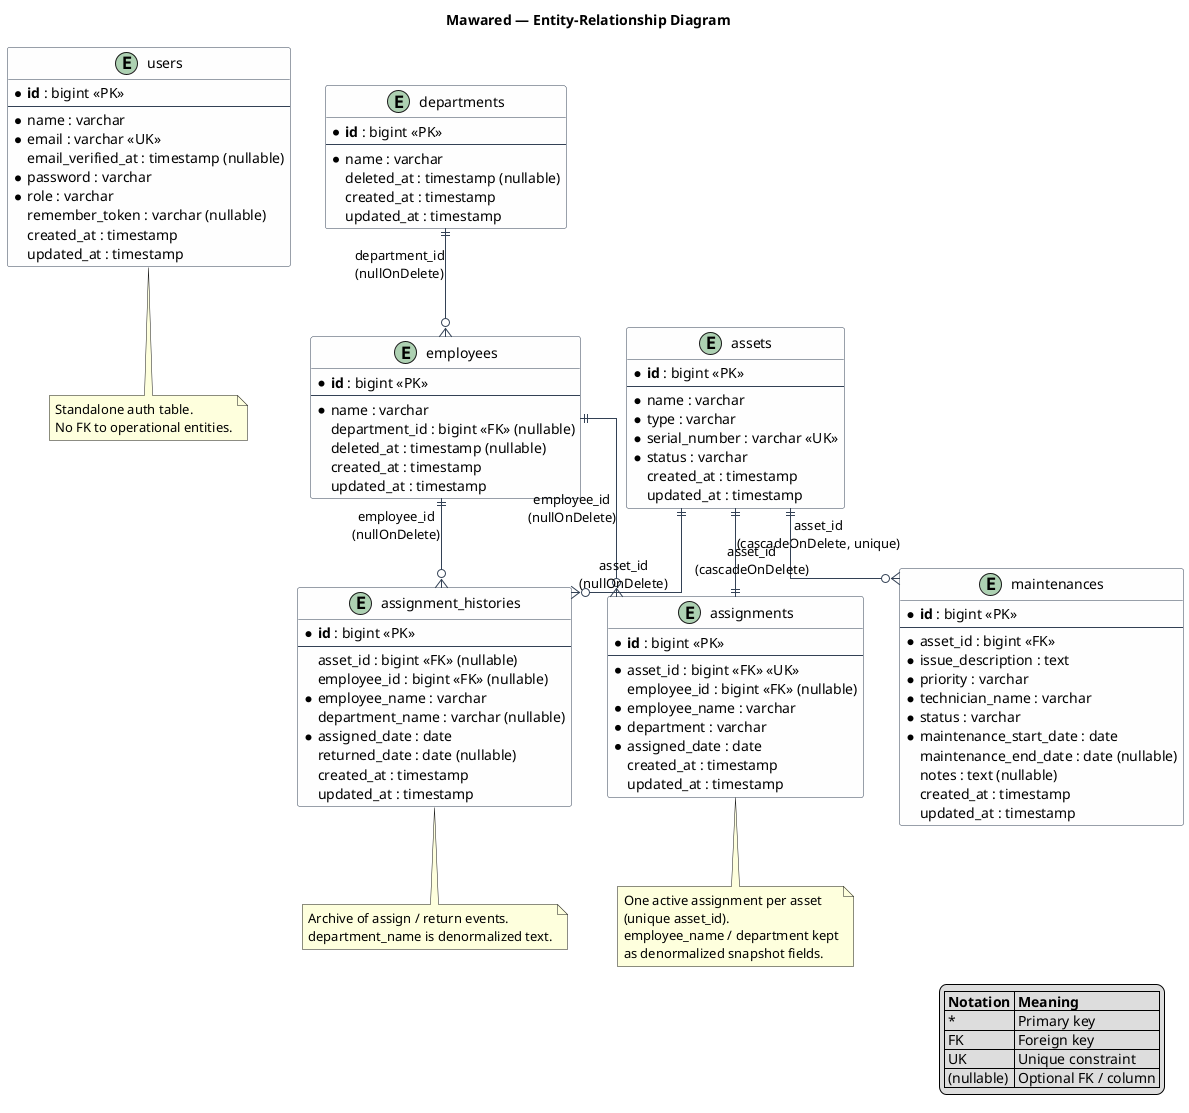
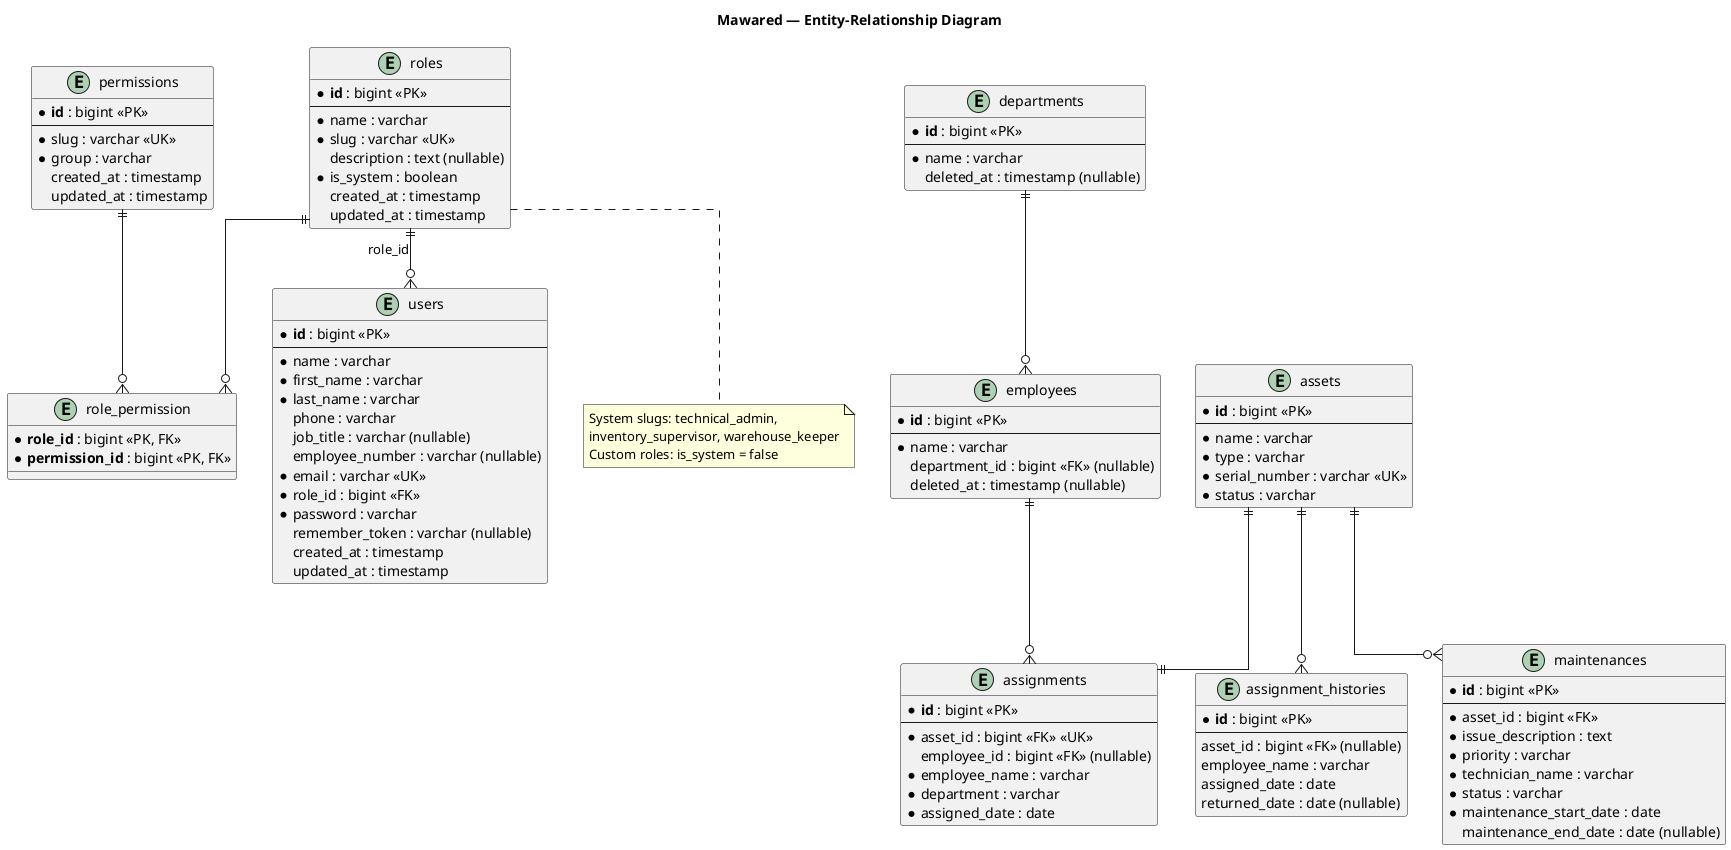
@startuml mawared-erd
- ' MTNIMA — Mawared Entity-Relationship Diagram
- ' Render: PlantUML / VS Code PlantUML extension / plantuml.com
+ ' MTNIMA — Mawared ERD (Dynamic RBAC)

skinparam linetype ortho
skinparam shadowing false
- skinparam defaultFontName Arial
- skinparam class {
-   BackgroundColor #FEFEFE
-   BorderColor #334155
-   ArrowColor #334155
- }

title Mawared — Entity-Relationship Diagram

- legend right
-   |= Notation |= Meaning |
-   | * | Primary key |
-   | FK | Foreign key |
-   | UK | Unique constraint |
-   | (nullable) | Optional FK / column |
- endlegend
+ entity "roles" as roles {
+   * **id** : bigint <<PK>>
+   --
+   * name : varchar
+   * slug : varchar <<UK>>
+   description : text (nullable)
+   * is_system : boolean
+   created_at : timestamp
+   updated_at : timestamp
+ }
+ 
+ entity "permissions" as permissions {
+   * **id** : bigint <<PK>>
+   --
+   * slug : varchar <<UK>>
+   * group : varchar
+   created_at : timestamp
+   updated_at : timestamp
+ }
+ 
+ entity "role_permission" as role_permission {
+   * **role_id** : bigint <<PK, FK>>
+   * **permission_id** : bigint <<PK, FK>>
+ }

entity "users" as users {
  * **id** : bigint <<PK>>
  --
  * name : varchar
+   * first_name : varchar
+   * last_name : varchar
+   phone : varchar
+   job_title : varchar (nullable)
+   employee_number : varchar (nullable)
  * email : varchar <<UK>>
-   email_verified_at : timestamp (nullable)
+   * role_id : bigint <<FK>>
  * password : varchar
-   * role : varchar
  remember_token : varchar (nullable)
  created_at : timestamp
  updated_at : timestamp
}

entity "departments" as departments {
  * **id** : bigint <<PK>>
  --
  * name : varchar
  deleted_at : timestamp (nullable)
-   created_at : timestamp
-   updated_at : timestamp
}

entity "employees" as employees {
  * **id** : bigint <<PK>>
  --
  * name : varchar
  department_id : bigint <<FK>> (nullable)
  deleted_at : timestamp (nullable)
-   created_at : timestamp
-   updated_at : timestamp
}

entity "assets" as assets {
  * **id** : bigint <<PK>>
  --
  * name : varchar
  * type : varchar
  * serial_number : varchar <<UK>>
  * status : varchar
-   created_at : timestamp
-   updated_at : timestamp
}

entity "assignments" as assignments {
  * **id** : bigint <<PK>>
  --
  * asset_id : bigint <<FK>> <<UK>>
  employee_id : bigint <<FK>> (nullable)
  * employee_name : varchar
  * department : varchar
  * assigned_date : date
-   created_at : timestamp
-   updated_at : timestamp
}

entity "assignment_histories" as assignment_histories {
  * **id** : bigint <<PK>>
  --
  asset_id : bigint <<FK>> (nullable)
-   employee_id : bigint <<FK>> (nullable)
-   * employee_name : varchar
-   department_name : varchar (nullable)
-   * assigned_date : date
+   employee_name : varchar
+   assigned_date : date
  returned_date : date (nullable)
-   created_at : timestamp
-   updated_at : timestamp
}

entity "maintenances" as maintenances {
  * **id** : bigint <<PK>>
  --
  * asset_id : bigint <<FK>>
  * issue_description : text
  * priority : varchar
  * technician_name : varchar
  * status : varchar
  * maintenance_start_date : date
  maintenance_end_date : date (nullable)
-   notes : text (nullable)
-   created_at : timestamp
-   updated_at : timestamp
}

- ' --- Relationships ---
+ roles ||--o{ role_permission
+ permissions ||--o{ role_permission
+ roles ||--o{ users : role_id
+ departments ||--o{ employees
+ employees ||--o{ assignments
+ assets ||--|| assignments
+ assets ||--o{ maintenances
+ assets ||--o{ assignment_histories

- departments ||--o{ employees : "department_id\n(nullOnDelete)"
- employees ||--o{ assignments : "employee_id\n(nullOnDelete)"
- assets ||--|| assignments : "asset_id\n(cascadeOnDelete, unique)"
- assets ||--o{ maintenances : "asset_id\n(cascadeOnDelete)"
- assets ||--o{ assignment_histories : "asset_id\n(nullOnDelete)"
- employees ||--o{ assignment_histories : "employee_id\n(nullOnDelete)"
- 
- note bottom of users
-   Standalone auth table.
-   No FK to operational entities.
- end note
- 
- note bottom of assignments
-   One active assignment per asset
-   (unique asset_id).
-   employee_name / department kept
-   as denormalized snapshot fields.
- end note
- 
- note bottom of assignment_histories
-   Archive of assign / return events.
-   department_name is denormalized text.
+ note bottom of roles
+   System slugs: technical_admin,
+   inventory_supervisor, warehouse_keeper
+   Custom roles: is_system = false
end note

@enduml
